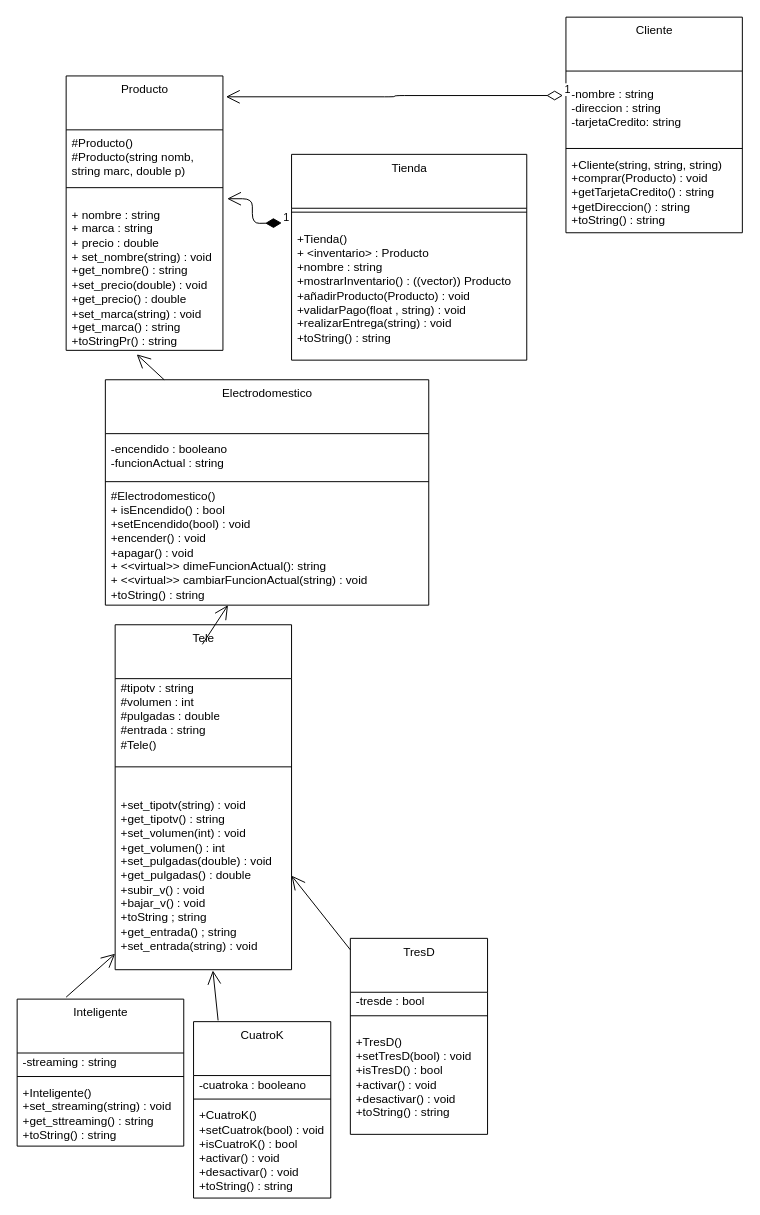
The draw.io diagram diagrama.drawio in A01751711/teve, before the edit. Source tidied: cells renumbered, new cells numbered last; positions are measured from the earlier drawing's top-left corner, leaving out a move shared by most shapes. Both pictures are drawn from the tidied source at 98%, with x=0, y=0 at pixel (17, 17).
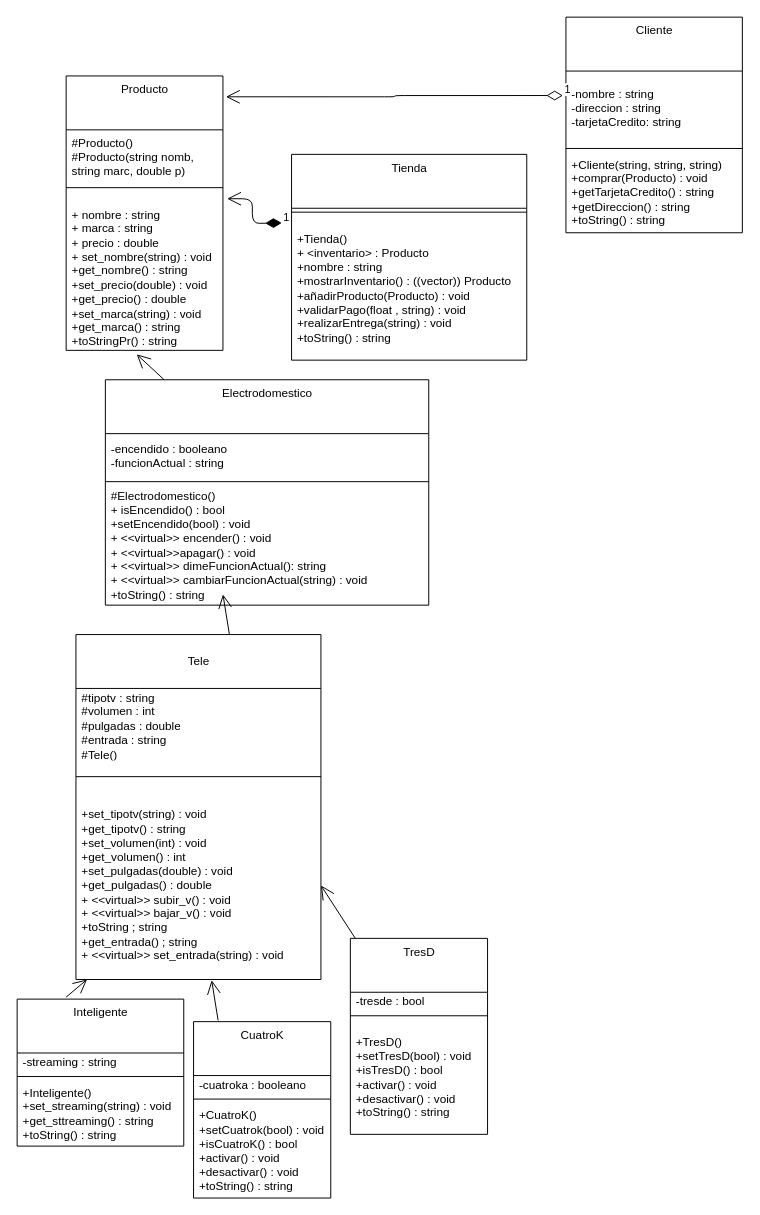
Above is the later version.

The change refers to these unchanged cells:
```xml
<mxCell id="28" value="Electrodomestico" style="swimlane;fontStyle=0;align=center;verticalAlign=top;horizontal=1;startSize=55;html=1;" parent="1" vertex="1">
  <mxGeometry x="90" y="370" width="330" height="230" as="geometry" />
</mxCell>
```

Change to the diagram source:
```diff
@@
-    <mxCell id="2" value="Tele" style="swimlane;fontStyle=0;align=center;verticalAlign=top;horizontal=1;startSize=55;html=1;" parent="1" vertex="1">
-      <mxGeometry x="100" y="620" width="180" height="352" as="geometry" />
+    <mxCell id="2" value="&lt;br&gt;Tele" style="swimlane;fontStyle=0;align=center;verticalAlign=top;horizontal=1;startSize=55;html=1;" parent="1" vertex="1">
+      <mxGeometry x="60" y="630" width="250" height="352" as="geometry" />
     </mxCell>
     <mxCell id="3" value="#tipotv : string&lt;br&gt;#volumen : int&lt;br&gt;#pulgadas : double&lt;br&gt;#entrada : string&lt;br&gt;#Tele()" style="text;html=1;strokeColor=none;fillColor=none;align=left;verticalAlign=middle;spacingLeft=4;spacingRight=4;overflow=hidden;" parent="2" vertex="1">
-      <mxGeometry y="55" width="180" height="75" as="geometry" />
+      <mxGeometry y="55" width="250" height="75" as="geometry" />
     </mxCell>
     <mxCell id="4" style="line;strokeWidth=1;fillColor=none;align=left;verticalAlign=middle;spacingTop=-1;spacingLeft=3;spacingRight=3;labelPosition=right;" parent="2" vertex="1">
-      <mxGeometry y="130" width="180" height="30" as="geometry" />
+      <mxGeometry y="130" width="250" height="30" as="geometry" />
     </mxCell>
-    <mxCell id="5" value="+set_tipotv(string) : void&lt;br&gt;+get_tipotv() : string&lt;br&gt;+set_volumen(int) : void&lt;br&gt;+get_volumen() : int&lt;br&gt;+set_pulgadas(double) : void&lt;br&gt;+get_pulgadas() : double&lt;br&gt;+subir_v() : void&lt;br&gt;+bajar_v() : void&lt;br&gt;+toString ; string&lt;br&gt;+get_entrada() ; string&lt;br&gt;+set_entrada(string) : void" style="text;html=1;strokeColor=none;fillColor=none;align=left;verticalAlign=middle;spacingLeft=4;spacingRight=4;overflow=hidden;points=[[0,0.5],[1,0.5]];portConstraint=eastwest;" parent="2" vertex="1">
-      <mxGeometry y="160" width="180" height="192" as="geometry" />
+    <mxCell id="5" value="+set_tipotv(string) : void&lt;br&gt;+get_tipotv() : string&lt;br&gt;+set_volumen(int) : void&lt;br&gt;+get_volumen() : int&lt;br&gt;+set_pulgadas(double) : void&lt;br&gt;+get_pulgadas() : double&lt;br&gt;+&amp;nbsp;&amp;lt;&amp;lt;virtual&amp;gt;&amp;gt;&amp;nbsp;subir_v() : void&lt;br&gt;+&amp;nbsp;&amp;lt;&amp;lt;virtual&amp;gt;&amp;gt;&amp;nbsp;bajar_v() : void&lt;br&gt;+toString ; string&lt;br&gt;+get_entrada() ; string&lt;br&gt;+&amp;nbsp;&amp;lt;&amp;lt;virtual&amp;gt;&amp;gt;&amp;nbsp;set_entrada(string) : void" style="text;html=1;strokeColor=none;fillColor=none;align=left;verticalAlign=middle;spacingLeft=4;spacingRight=4;overflow=hidden;points=[[0,0.5],[1,0.5]];portConstraint=eastwest;" parent="2" vertex="1">
+      <mxGeometry y="160" width="250" height="192" as="geometry" />
     </mxCell>
@@
-    <mxCell id="32" value="#Electrodomestico()&lt;br&gt;+ isEncendido() : bool&lt;br&gt;+setEncendido(bool) : void&lt;br&gt;+encender() : void&lt;br&gt;+apagar() : void&lt;br&gt;+ &amp;lt;&amp;lt;virtual&amp;gt;&amp;gt; dimeFuncionActual(): string&lt;br&gt;+ &amp;lt;&amp;lt;virtual&amp;gt;&amp;gt; cambiarFuncionActual(string) : void&lt;br&gt;+toString() : string" style="text;html=1;strokeColor=none;fillColor=none;align=left;verticalAlign=middle;spacingLeft=4;spacingRight=4;overflow=hidden;points=[[0,0.5],[1,0.5]];portConstraint=eastwest;" parent="28" vertex="1">
+    <mxCell id="32" value="#Electrodomestico()&lt;br&gt;+ isEncendido() : bool&lt;br&gt;+setEncendido(bool) : void&lt;br&gt;+&amp;nbsp;&amp;lt;&amp;lt;virtual&amp;gt;&amp;gt;&amp;nbsp;encender() : void&lt;br&gt;+&amp;nbsp;&amp;lt;&amp;lt;virtual&amp;gt;&amp;gt;apagar() : void&lt;br&gt;+ &amp;lt;&amp;lt;virtual&amp;gt;&amp;gt; dimeFuncionActual(): string&lt;br&gt;+ &amp;lt;&amp;lt;virtual&amp;gt;&amp;gt; cambiarFuncionActual(string) : void&lt;br&gt;+toString() : string" style="text;html=1;strokeColor=none;fillColor=none;align=left;verticalAlign=middle;spacingLeft=4;spacingRight=4;overflow=hidden;points=[[0,0.5],[1,0.5]];portConstraint=eastwest;" parent="28" vertex="1">
       <mxGeometry y="108" width="330" height="122" as="geometry" />
     </mxCell>
@@
-    <mxCell id="37" style="endArrow=open;endFill=1;endSize=12;html=1;" parent="1" edge="1" target="32">
-      <mxGeometry relative="1" as="geometry">
-        <mxPoint x="189" y="640" as="sourcePoint" />
-      </mxGeometry>
-    </mxCell>
@@
+    <mxCell id="40" style="endArrow=open;endFill=1;endSize=12;html=1;entryX=0.554;entryY=1.004;entryDx=0;entryDy=0;entryPerimeter=0;exitX=0.179;exitY=-0.007;exitDx=0;exitDy=0;exitPerimeter=0;" parent="1" edge="1">
+      <mxGeometry relative="1" as="geometry">
+        <mxPoint x="216.6" y="630" as="sourcePoint" />
+        <mxPoint x="210" y="589" as="targetPoint" />
+      </mxGeometry>
+    </mxCell>
```
